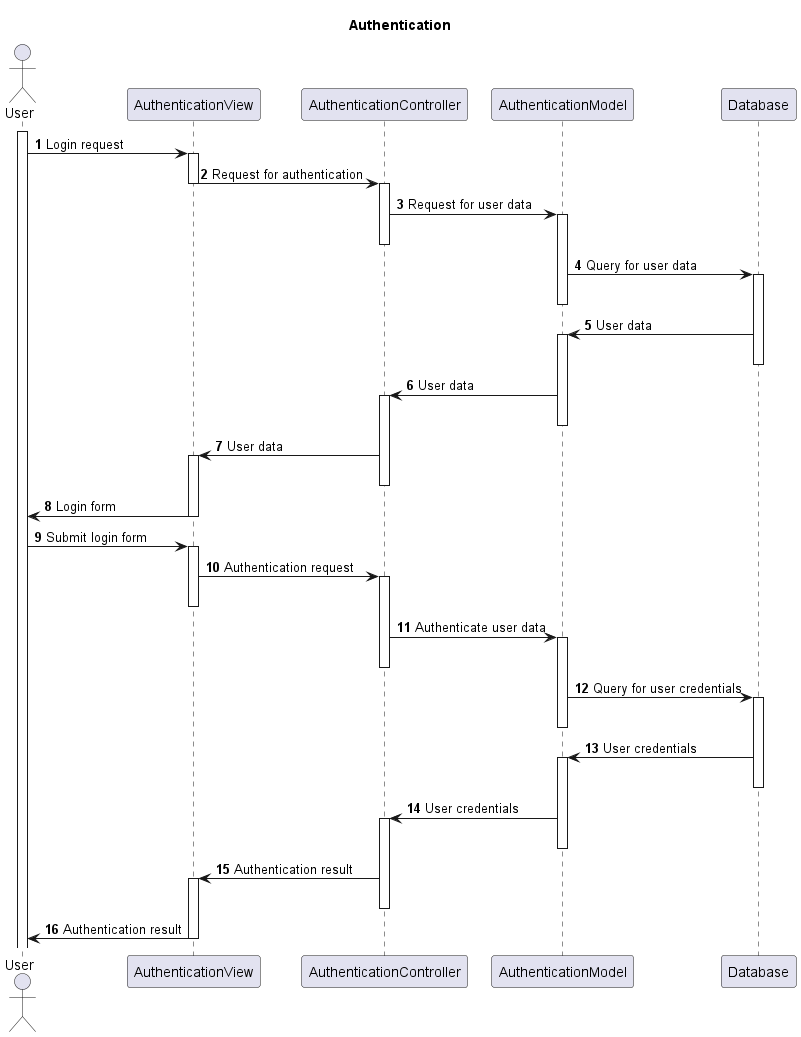
Earlier version of the PlantUML export conception/SequenceDiagram1.png (floki1250/AgroSense). The source it was exported from:
```plantuml
@startuml
title Authentication
autonumber 1
actor User
activate User
User -> AuthenticationView: Login request
activate AuthenticationView
AuthenticationView -> AuthenticationController: Request for authentication
deactivate AuthenticationView
activate AuthenticationController
AuthenticationController -> AuthenticationModel: Request for user data
activate AuthenticationModel
deactivate AuthenticationController
AuthenticationModel -> Database: Query for user data
activate Database
deactivate AuthenticationModel
Database -> AuthenticationModel: User data
activate AuthenticationModel
deactivate Database
AuthenticationModel -> AuthenticationController: User data
activate AuthenticationController
deactivate AuthenticationModel
AuthenticationController -> AuthenticationView: User data
activate AuthenticationView
deactivate AuthenticationController
AuthenticationView -> User: Login form
deactivate AuthenticationView
User -> AuthenticationView: Submit login form
activate AuthenticationView
AuthenticationView -> AuthenticationController: Authentication request
activate AuthenticationController
deactivate AuthenticationView
AuthenticationController -> AuthenticationModel: Authenticate user data
activate AuthenticationModel
deactivate AuthenticationController
AuthenticationModel -> Database: Query for user credentials
activate Database
deactivate AuthenticationModel
Database -> AuthenticationModel: User credentials
activate AuthenticationModel
deactivate Database
AuthenticationModel -> AuthenticationController: User credentials
activate AuthenticationController
deactivate AuthenticationModel
AuthenticationController -> AuthenticationView: Authentication result
activate AuthenticationView
deactivate AuthenticationController
AuthenticationView -> User: Authentication result
deactivate AuthenticationView
@enduml
```
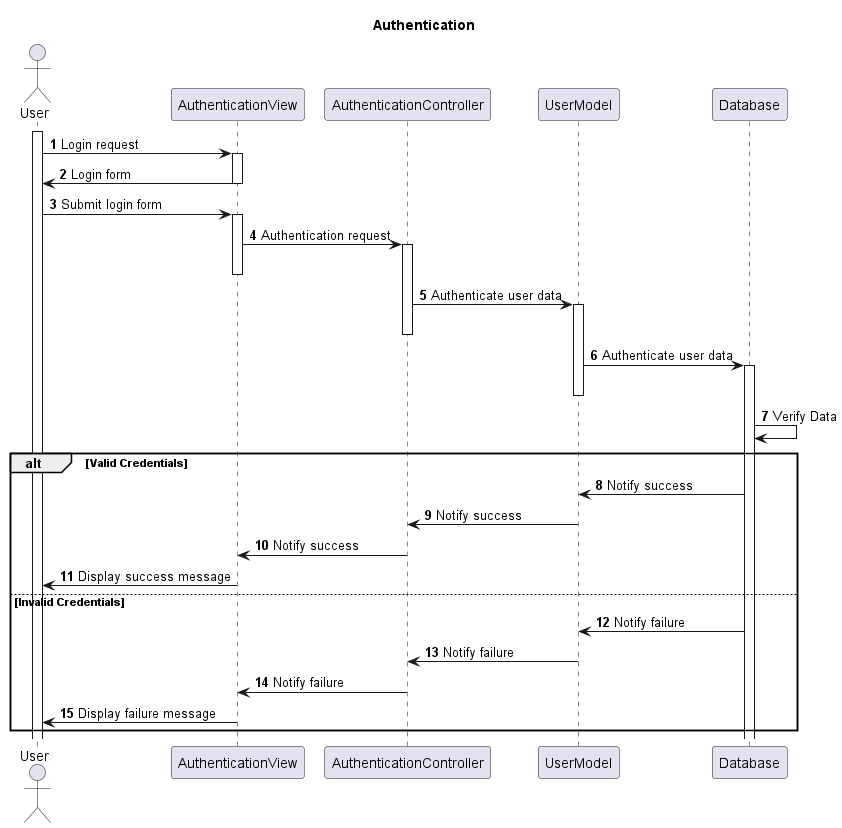
The same file after the commit.

Change to the diagram source:
```diff
@@ -5,24 +5,6 @@
 activate User
 User -> AuthenticationView: Login request
 activate AuthenticationView
-AuthenticationView -> AuthenticationController: Request for authentication
-deactivate AuthenticationView
-activate AuthenticationController
-AuthenticationController -> AuthenticationModel: Request for user data
-activate AuthenticationModel
-deactivate AuthenticationController
-AuthenticationModel -> Database: Query for user data
-activate Database
-deactivate AuthenticationModel
-Database -> AuthenticationModel: User data
-activate AuthenticationModel
-deactivate Database
-AuthenticationModel -> AuthenticationController: User data
-activate AuthenticationController
-deactivate AuthenticationModel
-AuthenticationController -> AuthenticationView: User data
-activate AuthenticationView
-deactivate AuthenticationController
 AuthenticationView -> User: Login form
 deactivate AuthenticationView
 User -> AuthenticationView: Submit login form
@@ -30,21 +12,24 @@
 AuthenticationView -> AuthenticationController: Authentication request
 activate AuthenticationController
 deactivate AuthenticationView
-AuthenticationController -> AuthenticationModel: Authenticate user data
-activate AuthenticationModel
+AuthenticationController -> UserModel: Authenticate user data
+activate UserModel
 deactivate AuthenticationController
-AuthenticationModel -> Database: Query for user credentials
+UserModel -> Database: Authenticate user data
 activate Database
-deactivate AuthenticationModel
-Database -> AuthenticationModel: User credentials
-activate AuthenticationModel
-deactivate Database
-AuthenticationModel -> AuthenticationController: User credentials
-activate AuthenticationController
-deactivate AuthenticationModel
-AuthenticationController -> AuthenticationView: Authentication result
-activate AuthenticationView
-deactivate AuthenticationController
-AuthenticationView -> User: Authentication result
-deactivate AuthenticationView
+deactivate UserModel
+Database -> Database : Verify Data
+
+alt Valid Credentials
+    Database -> UserModel: Notify success
+    UserModel -> AuthenticationController: Notify success
+    AuthenticationController -> AuthenticationView: Notify success
+    AuthenticationView -> User: Display success message
+else Invalid Credentials
+    Database -> UserModel: Notify failure
+    UserModel -> AuthenticationController: Notify failure
+    AuthenticationController -> AuthenticationView: Notify failure
+    AuthenticationView -> User: Display failure message
+end
+
 @enduml
```
